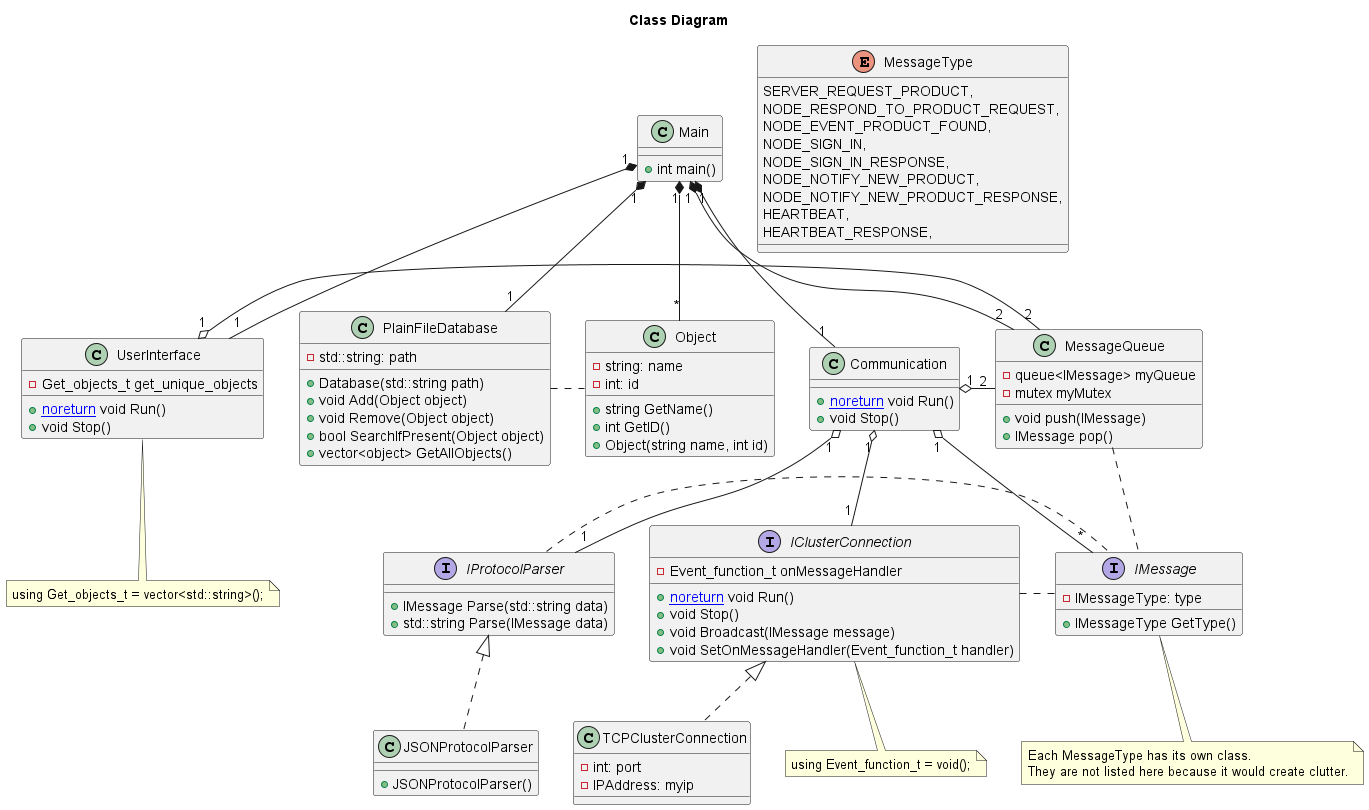
T3-FindIt/FindIt keeps this PlantUML diagram as Designs/Server Design/ClassDiagram.png. Above is the earlier version.
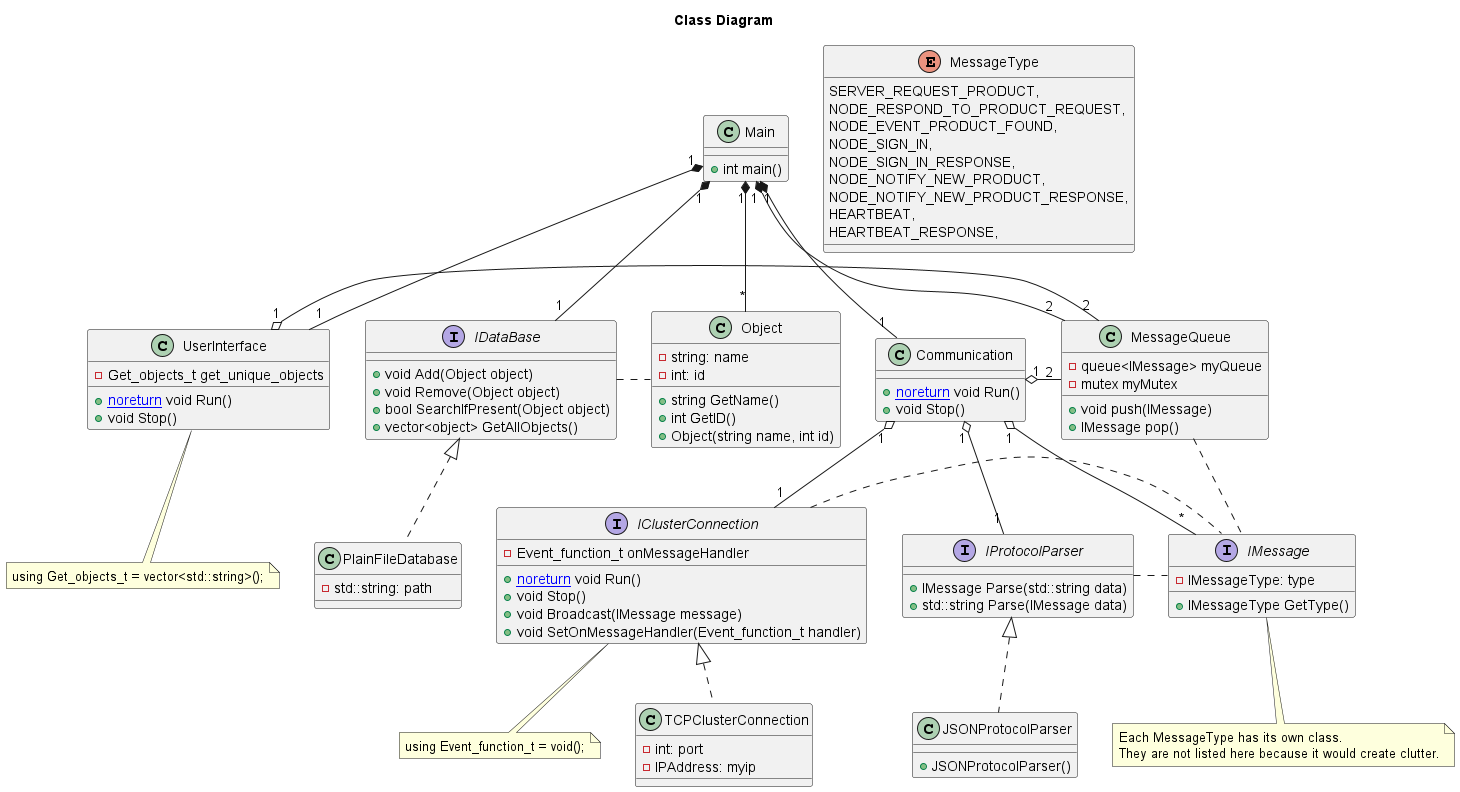
After the commit.

The edit, as a diff of the source:
```diff
@@ -26,14 +26,17 @@
     {field} - IPAddress: myip
 }
 
-Class PlainFileDatabase
+interface IDataBase
 {
-    {field} - std::string: path
-    {method} + Database(std::string path)
     {method} + void Add(Object object)
     {method} + void Remove(Object object)
     {method} + bool SearchIfPresent(Object object)
     {method} + vector<object> GetAllObjects()
+}
+
+Class PlainFileDatabase
+{
+    {field} - std::string: path
 }
 
 Class Object
@@ -106,7 +109,7 @@
 
 Main "1" *-- "1" UserInterface
 Main "1" *-- "*" Object
-Main "1" *-- "1" PlainFileDatabase
+Main "1" *-- "1" IDataBase
 Main "1" *-- "1" Communication
 Main "1" *-- "2" MessageQueue
 
@@ -120,7 +123,8 @@
 IClusterConnection <|.. TCPClusterConnection
 IClusterConnection . IMessage
 
-PlainFileDatabase . Object
+IDataBase . Object
+IDataBase <|.. PlainFileDatabase
 
 MessageQueue . IMessage
 
```
